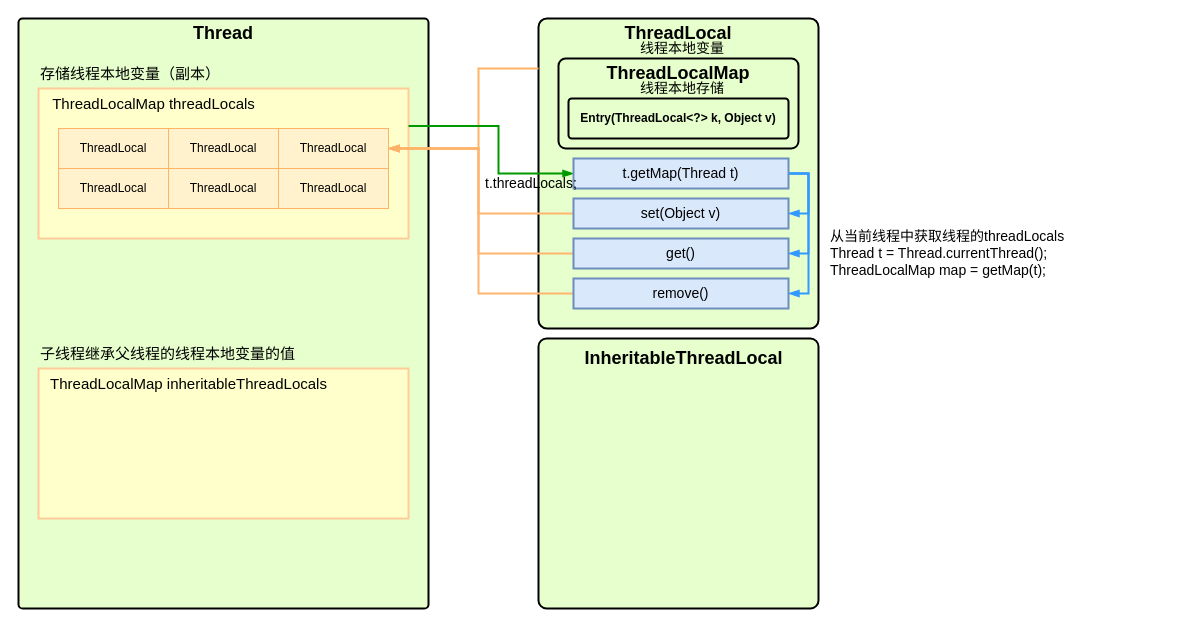
Earlier version of the draw.io diagram page "ThreadLocalMap" (4 of 5) of draw_workspace/Thread.drawio (creatern/NoteBook). Source tidied: cells renumbered, new cells numbered last; positions are measured from the earlier drawing's top-left corner, leaving out a move shared by most shapes. Both pictures are drawn from the tidied source at 100%, with x=0, y=0 at pixel (18, 18).
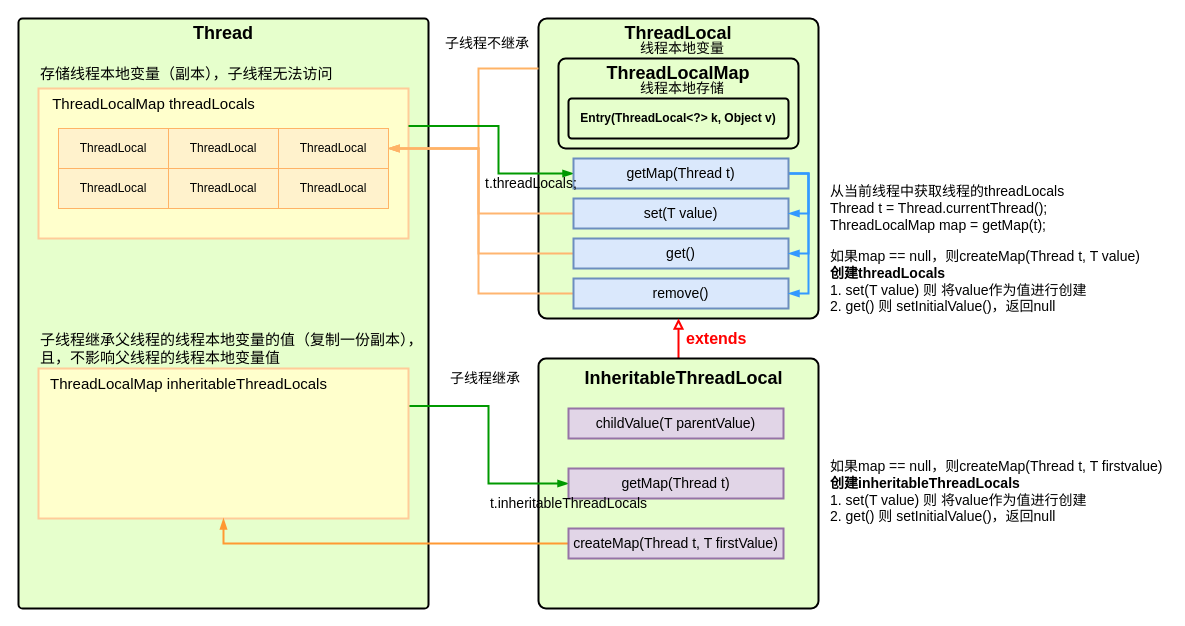
The same diagram, later.

The change refers to these unchanged cells:
```xml
<mxCell id="22" style="rounded=0;whiteSpace=wrap;html=1;fillColor=#FFFFCC;strokeColor=#FFCC99;strokeWidth=2;fontSize=14;" parent="1" vertex="1">
  <mxGeometry x="20" y="350" width="370" height="150" as="geometry" />
</mxCell>
```

Diff of the diagram source:
```diff
@@
     <mxCell id="4" style="rounded=1;whiteSpace=wrap;html=1;strokeWidth=2;arcSize=3;fillColor=#E6FFCC;" parent="1" vertex="1">
-      <mxGeometry x="520" width="280" height="310" as="geometry" />
+      <mxGeometry x="520" width="280" height="300" as="geometry" />
     </mxCell>
@@
-    <mxCell id="12" value="存储线程本地变量（副本）" style="text;whiteSpace=wrap;fontSize=15;fontFamily=Helvetica;fontColor=default;" parent="1" vertex="1">
-      <mxGeometry x="20" y="40" width="190" height="30" as="geometry" />
+    <mxCell id="12" value="存储线程本地变量（副本），子线程无法访问" style="text;whiteSpace=wrap;fontSize=15;fontFamily=Helvetica;fontColor=default;" parent="1" vertex="1">
+      <mxGeometry x="20" y="40" width="340" height="30" as="geometry" />
     </mxCell>
@@
-    <mxCell id="14" value="set(Object v)" style="rounded=0;whiteSpace=wrap;html=1;fillColor=#dae8fc;strokeColor=#6c8ebf;strokeWidth=2;fontSize=14;" parent="1" vertex="1">
+    <mxCell id="14" value="set(T value)" style="rounded=0;whiteSpace=wrap;html=1;fillColor=#dae8fc;strokeColor=#6c8ebf;strokeWidth=2;fontSize=14;" parent="1" vertex="1">
       <mxGeometry x="555" y="180" width="215" height="30" as="geometry" />
     </mxCell>
@@
+    <mxCell id="39" style="edgeStyle=orthogonalEdgeStyle;rounded=0;jettySize=auto;html=1;exitX=0.5;exitY=0;exitDx=0;exitDy=0;entryX=0.5;entryY=1;entryDx=0;entryDy=0;strokeWidth=2;endArrow=block;endFill=0;strokeColor=#FF0000;" parent="1" edge="1" source="19" target="4">
+      <mxGeometry relative="1" as="geometry" />
+    </mxCell>
     <mxCell id="19" style="rounded=1;whiteSpace=wrap;html=1;strokeWidth=2;arcSize=3;fillColor=#E6FFCC;" parent="1" vertex="1">
-      <mxGeometry x="520" y="320" width="280" height="270" as="geometry" />
+      <mxGeometry x="520" y="340" width="280" height="250" as="geometry" />
     </mxCell>
     <mxCell id="20" value="InheritableThreadLocal" style="text;html=1;align=center;verticalAlign=middle;strokeColor=none;fillColor=none;fontSize=18;fontFamily=Helvetica;fontColor=default;fontStyle=1;" parent="1" vertex="1">
-      <mxGeometry x="555" y="320" width="220" height="40" as="geometry" />
+      <mxGeometry x="555" y="340" width="220" height="40" as="geometry" />
     </mxCell>
@@
+    <mxCell id="40" style="edgeStyle=orthogonalEdgeStyle;rounded=0;jettySize=auto;html=1;exitX=1;exitY=0.25;exitDx=0;exitDy=0;entryX=0;entryY=0.5;entryDx=0;entryDy=0;strokeWidth=2;endArrow=blockThin;endFill=1;strokeColor=#009900;" parent="1" edge="1" source="22" target="46">
+      <mxGeometry relative="1" as="geometry" />
+    </mxCell>
@@
-    <mxCell id="24" value="子线程继承父线程的线程本地变量的值" style="text;whiteSpace=wrap;fontSize=15;fontFamily=Helvetica;fontColor=default;" parent="1" vertex="1">
-      <mxGeometry x="20" y="320" width="260" height="30" as="geometry" />
+    <mxCell id="24" value="子线程继承父线程的线程本地变量的值（复制一份副本），&#10;且，不影响父线程的线程本地变量值" style="text;whiteSpace=wrap;fontSize=15;fontFamily=Helvetica;fontColor=default;" parent="1" vertex="1">
+      <mxGeometry x="20" y="306" width="400" height="40" as="geometry" />
     </mxCell>
@@
-    <mxCell id="36" value="t.getMap(Thread t)" style="rounded=0;whiteSpace=wrap;html=1;fillColor=#dae8fc;strokeColor=#6c8ebf;strokeWidth=2;fontSize=14;" parent="1" vertex="1">
+    <mxCell id="36" value="getMap(Thread t)" style="rounded=0;whiteSpace=wrap;html=1;fillColor=#dae8fc;strokeColor=#6c8ebf;strokeWidth=2;fontSize=14;" parent="1" vertex="1">
       <mxGeometry x="555" y="140" width="215" height="30" as="geometry" />
     </mxCell>
     <mxCell id="37" value="从当前线程中获取线程的threadLocals&lt;br&gt;&lt;div&gt;Thread t = Thread.currentThread();&lt;/div&gt;&lt;div&gt;ThreadLocalMap map = getMap(t);&lt;/div&gt;" style="text;html=1;strokeColor=none;fillColor=none;align=left;verticalAlign=middle;whiteSpace=wrap;rounded=0;fontSize=14;" parent="1" vertex="1">
-      <mxGeometry x="810" y="200" width="270" height="70" as="geometry" />
+      <mxGeometry x="810" y="155" width="270" height="70" as="geometry" />
     </mxCell>
@@
+    <mxCell id="41" value="如果map == null，则createMap(Thread t, T value)&lt;br&gt;&lt;b&gt;创建threadLocals&lt;br&gt;&lt;/b&gt;1. set(T value) 则 将value作为值进行创建&lt;br&gt;2. get() 则 setInitialValue()，返回null" style="text;html=1;strokeColor=none;fillColor=none;align=left;verticalAlign=middle;whiteSpace=wrap;rounded=0;fontSize=14;" parent="1" vertex="1">
+      <mxGeometry x="810" y="225" width="320" height="75" as="geometry" />
+    </mxCell>
+    <mxCell id="42" value="子线程不继承" style="text;whiteSpace=wrap;fontSize=14;fontFamily=Helvetica;fontColor=default;" parent="1" vertex="1">
+      <mxGeometry x="425" y="10" width="100" height="30" as="geometry" />
+    </mxCell>
+    <mxCell id="43" value="子线程继承" style="text;whiteSpace=wrap;fontSize=14;fontFamily=Helvetica;fontColor=default;" parent="1" vertex="1">
+      <mxGeometry x="430" y="345" width="90" height="30" as="geometry" />
+    </mxCell>
+    <mxCell id="44" value="extends" style="text;whiteSpace=wrap;fontSize=16;fontFamily=Helvetica;fontColor=#FF0000;fontStyle=1;" parent="1" vertex="1">
+      <mxGeometry x="666" y="304" width="70" height="30" as="geometry" />
+    </mxCell>
+    <mxCell id="45" value="childValue(T parentValue)" style="rounded=0;whiteSpace=wrap;html=1;fillColor=#e1d5e7;strokeColor=#9673a6;strokeWidth=2;fontSize=14;" parent="1" vertex="1">
+      <mxGeometry x="550" y="390" width="215" height="30" as="geometry" />
+    </mxCell>
+    <mxCell id="46" value="getMap(Thread t)" style="rounded=0;whiteSpace=wrap;html=1;fillColor=#e1d5e7;strokeColor=#9673a6;strokeWidth=2;fontSize=14;" parent="1" vertex="1">
+      <mxGeometry x="550" y="450" width="215" height="30" as="geometry" />
+    </mxCell>
+    <mxCell id="47" style="edgeStyle=orthogonalEdgeStyle;rounded=0;jettySize=auto;html=1;exitX=0;exitY=0.5;exitDx=0;exitDy=0;entryX=0.5;entryY=1;entryDx=0;entryDy=0;strokeWidth=2;endArrow=blockThin;endFill=1;strokeColor=#FF9933;" parent="1" edge="1" source="48" target="22">
+      <mxGeometry relative="1" as="geometry" />
+    </mxCell>
+    <mxCell id="48" value="createMap(Thread t, T firstValue)" style="rounded=0;whiteSpace=wrap;html=1;fillColor=#e1d5e7;strokeColor=#9673a6;strokeWidth=2;fontSize=14;" parent="1" vertex="1">
+      <mxGeometry x="550" y="510" width="215" height="30" as="geometry" />
+    </mxCell>
+    <mxCell id="49" value="t.inheritableThreadLocals" style="text;html=1;align=center;verticalAlign=middle;strokeColor=none;fillColor=none;fontSize=14;" parent="1" vertex="1">
+      <mxGeometry x="460" y="470" width="180" height="30" as="geometry" />
+    </mxCell>
+    <mxCell id="50" value="如果map == null，则createMap(Thread t, T firstvalue)&lt;br&gt;&lt;b&gt;创建inheritableThreadLocals&lt;br&gt;&lt;/b&gt;1. set(T value) 则 将value作为值进行创建&lt;br&gt;2. get() 则 setInitialValue()，返回null" style="text;html=1;strokeColor=none;fillColor=none;align=left;verticalAlign=middle;whiteSpace=wrap;rounded=0;fontSize=14;" parent="1" vertex="1">
+      <mxGeometry x="810" y="435" width="340" height="75" as="geometry" />
+    </mxCell>
```
